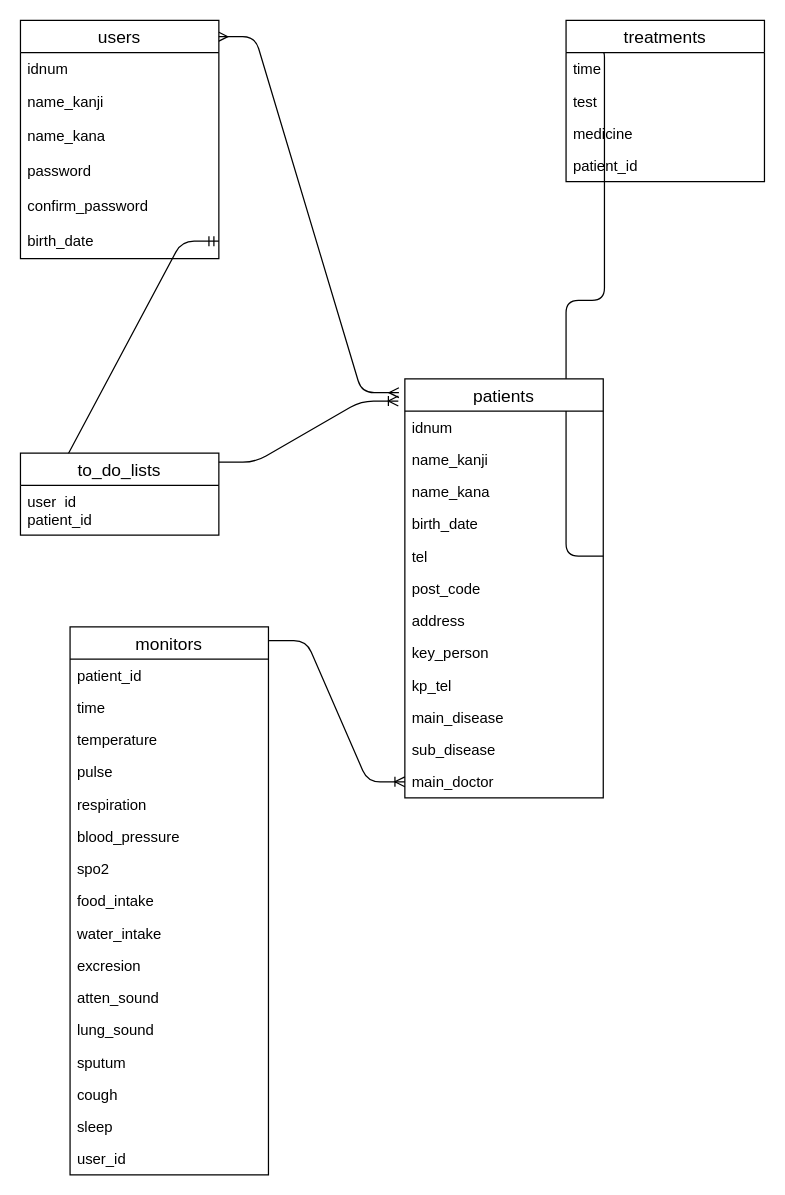
Above: draws/ER.drawio in albion9007/karte2 (draw.io), before the change. Source tidied: cells renumbered, new cells numbered last; positions are measured from the earlier drawing's top-left corner, leaving out a move shared by most shapes. Both pictures are drawn from the tidied source at 124%, with x=0, y=0 at pixel (20, 20).
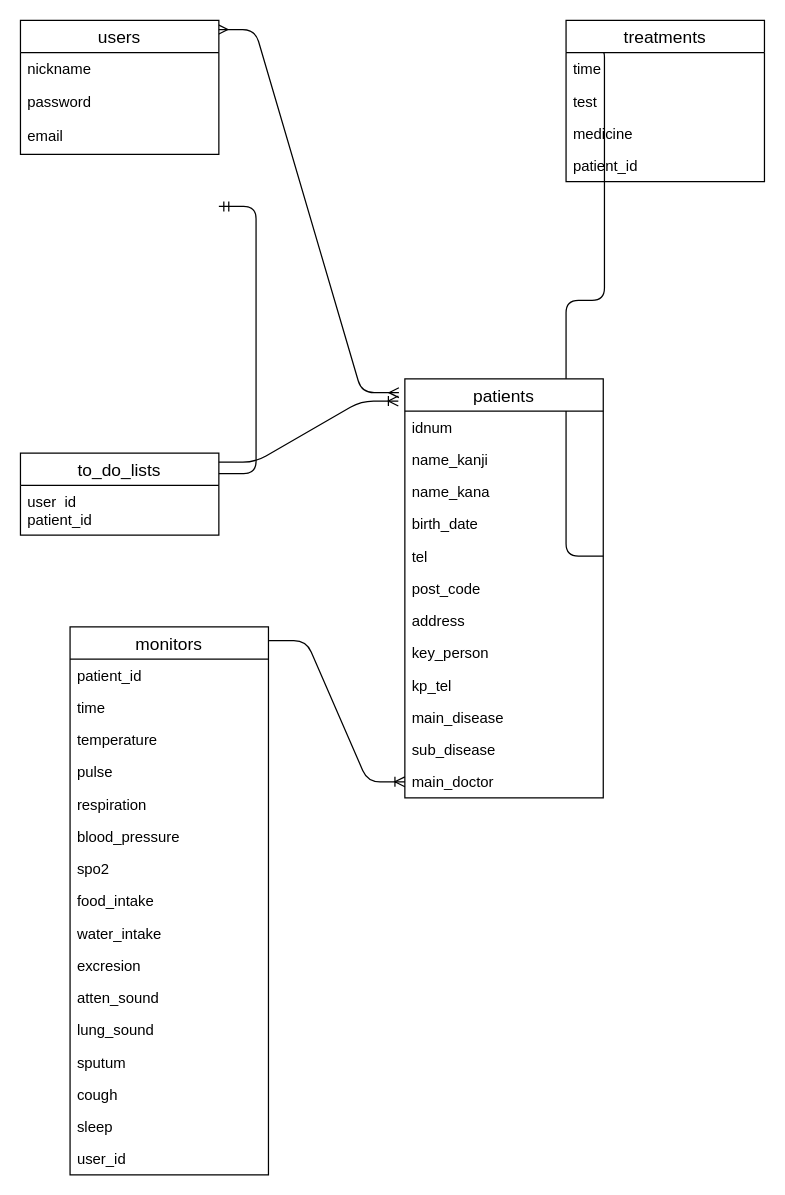
After the change.

The change refers to these unchanged cells:
```xml
<mxCell id="49" value="to_do_lists" style="swimlane;fontStyle=0;horizontal=1;startSize=26;align=center;fontSize=14;" parent="1" vertex="1">
  <mxGeometry y="349" width="160" height="66" as="geometry" />
</mxCell>
```

What changed in the source:
```diff
@@
     <mxCell id="11" value="users" style="swimlane;fontStyle=0;horizontal=1;startSize=26;align=center;fontSize=14;" parent="1" vertex="1">
-      <mxGeometry width="160" height="192" as="geometry" />
+      <mxGeometry width="160" height="108" as="geometry" />
     </mxCell>
-    <mxCell id="12" value="idnum" style="text;strokeColor=none;fillColor=none;spacingLeft=4;spacingRight=4;overflow=hidden;fontSize=12;" parent="11" vertex="1">
+    <mxCell id="12" value="nickname" style="text;strokeColor=none;fillColor=none;spacingLeft=4;spacingRight=4;overflow=hidden;fontSize=12;" parent="11" vertex="1">
       <mxGeometry y="26" width="160" height="26" as="geometry" />
     </mxCell>
-    <mxCell id="13" value="name_kanji&#10;" style="text;strokeColor=none;fillColor=none;spacingLeft=4;spacingRight=4;overflow=hidden;fontSize=12;" parent="11" vertex="1">
+    <mxCell id="13" value="password" style="text;strokeColor=none;fillColor=none;spacingLeft=4;spacingRight=4;overflow=hidden;fontSize=12;" parent="11" vertex="1">
       <mxGeometry y="52" width="160" height="28" as="geometry" />
     </mxCell>
-    <mxCell id="14" value="name_kana" style="text;strokeColor=none;fillColor=none;spacingLeft=4;spacingRight=4;overflow=hidden;fontSize=12;" parent="11" vertex="1">
+    <mxCell id="14" value="email" style="text;strokeColor=none;fillColor=none;spacingLeft=4;spacingRight=4;overflow=hidden;fontSize=12;" parent="11" vertex="1">
       <mxGeometry y="80" width="160" height="28" as="geometry" />
     </mxCell>
-    <mxCell id="15" value="password" style="text;strokeColor=none;fillColor=none;spacingLeft=4;spacingRight=4;overflow=hidden;fontSize=12;" parent="11" vertex="1">
-      <mxGeometry y="108" width="160" height="28" as="geometry" />
-    </mxCell>
-    <mxCell id="16" value="confirm_password" style="text;strokeColor=none;fillColor=none;spacingLeft=4;spacingRight=4;overflow=hidden;fontSize=12;" parent="11" vertex="1">
-      <mxGeometry y="136" width="160" height="28" as="geometry" />
-    </mxCell>
-    <mxCell id="17" value="birth_date" style="text;strokeColor=none;fillColor=none;spacingLeft=4;spacingRight=4;overflow=hidden;points=[[0,0.5],[1,0.5]];portConstraint=eastwest;fontSize=12;" parent="11" vertex="1">
-      <mxGeometry y="164" width="160" height="28" as="geometry" />
-    </mxCell>
@@
-    <mxCell id="48" style="edgeStyle=entityRelationEdgeStyle;fontSize=12;html=1;endArrow=ERmandOne;startArrow=ERmandOne;entryX=0;entryY=0.25;entryDx=0;entryDy=0;exitX=1;exitY=0.5;exitDx=0;exitDy=0;" parent="1" edge="1" source="17" target="49">
-      <mxGeometry relative="1" as="geometry" />
+    <mxCell id="48" style="edgeStyle=entityRelationEdgeStyle;fontSize=12;html=1;endArrow=ERmandOne;startArrow=ERmandOne;entryX=0;entryY=0.25;entryDx=0;entryDy=0;exitX=1;exitY=0.5;exitDx=0;exitDy=0;" parent="1" edge="1" target="49">
+      <mxGeometry relative="1" as="geometry">
+        <mxPoint x="160" y="150" as="sourcePoint" />
+      </mxGeometry>
     </mxCell>
```
